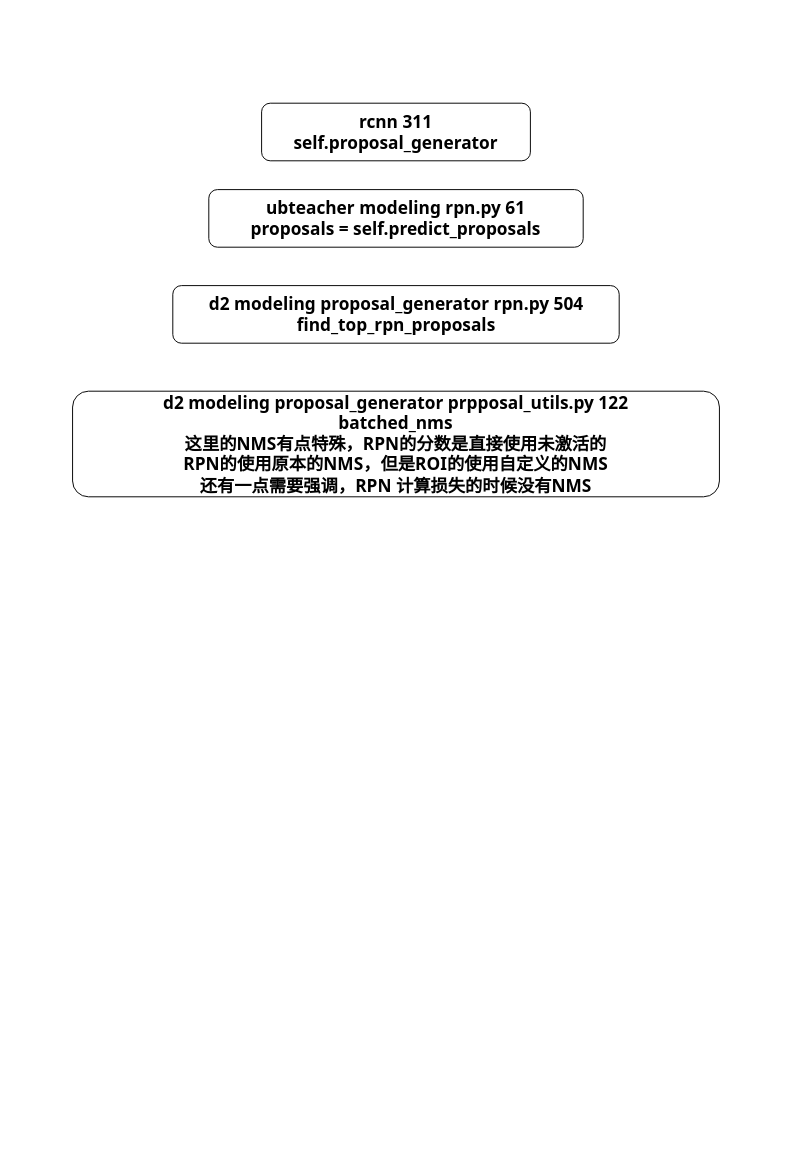
Above: NMS的使用.drawio in Pandaxia8/Test (draw.io), before the change. Source tidied: cells renumbered, new cells numbered last; positions are measured from the earlier drawing's top-left corner, leaving out a move shared by most shapes. Both pictures are drawn from the tidied source at 96%, with x=0, y=0 at pixel (72, 103).
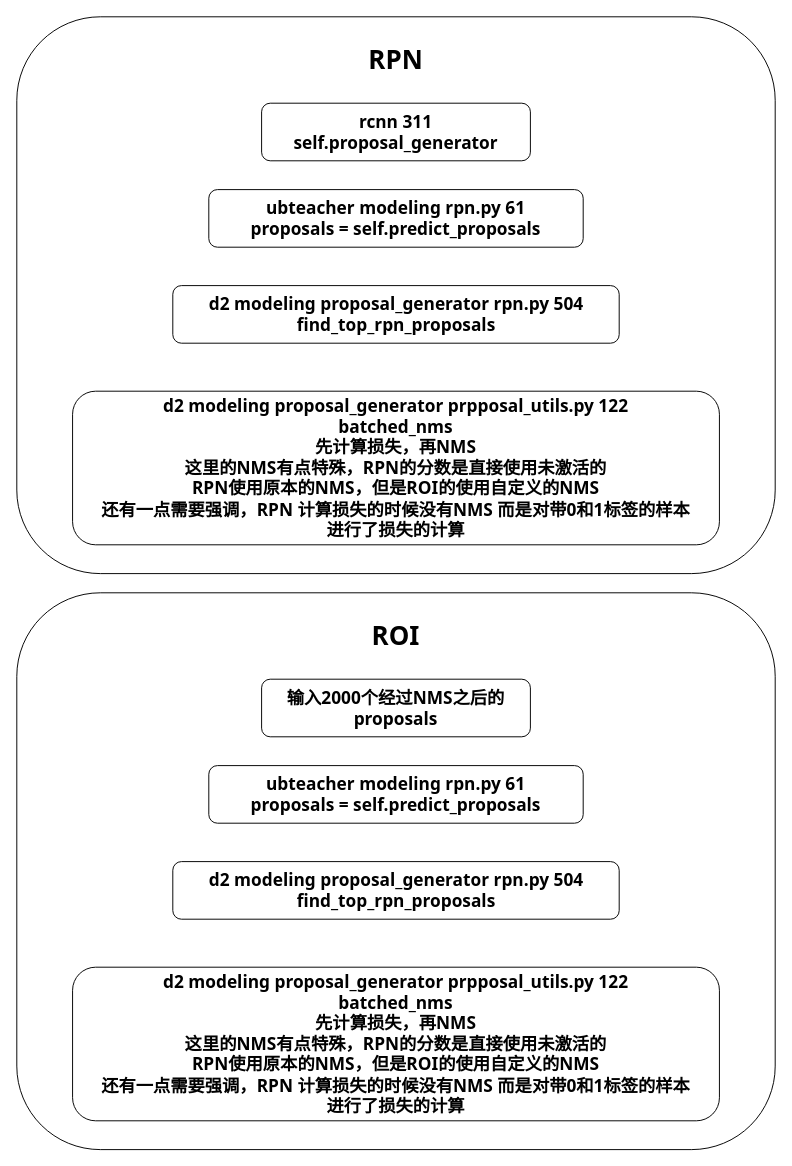
The same diagram, later.

Commit message:
更新NMS的使用.drawio

Change to the diagram source:
```diff
@@
 <mxGraphModel>
   <root>
     <mxCell id="0" />
     <mxCell id="1" parent="0" />
+    <mxCell id="6" style="rounded=1;whiteSpace=wrap;html=1;fontFamily=Tahoma;fontSize=18;" parent="1" vertex="1">
+      <mxGeometry x="-58" y="-90" width="790" height="580" as="geometry" />
+    </mxCell>
     <mxCell id="2" value="&lt;font style=&quot;font-size: 18px;&quot;&gt;rcnn 311&lt;br&gt;self.proposal_generator&lt;/font&gt;" style="rounded=1;whiteSpace=wrap;html=1;fontFamily=Tahoma;fontStyle=1;" parent="1" vertex="1">
       <mxGeometry x="197" width="280" height="60" as="geometry" />
     </mxCell>
     <mxCell id="3" value="&lt;font style=&quot;font-size: 18px;&quot;&gt;ubteacher modeling rpn.py 61&lt;br&gt;proposals = self.predict_proposals&lt;/font&gt;" style="rounded=1;whiteSpace=wrap;html=1;fontFamily=Tahoma;fontStyle=1;" parent="1" vertex="1">
       <mxGeometry x="142" y="90" width="390" height="60" as="geometry" />
     </mxCell>
     <mxCell id="4" value="&lt;font style=&quot;font-size: 18px;&quot;&gt;d2 modeling proposal_generator rpn.py 504&lt;br&gt;find_top_rpn_proposals&lt;/font&gt;" style="rounded=1;whiteSpace=wrap;html=1;fontFamily=Tahoma;fontStyle=1;" parent="1" vertex="1">
       <mxGeometry x="104.5" y="190" width="465" height="60" as="geometry" />
     </mxCell>
-    <mxCell id="5" value="&lt;font style=&quot;font-size: 18px;&quot;&gt;d2 modeling proposal_generator prpposal_utils.py 122&lt;br&gt;batched_nms&lt;br&gt;这里的NMS有点特殊，RPN的分数是直接使用未激活的&lt;br&gt;RPN的使用原本的NMS，但是ROI的使用自定义的NMS&lt;br&gt;还有一点需要强调，RPN 计算损失的时候没有NMS&lt;br&gt;&lt;/font&gt;" style="rounded=1;whiteSpace=wrap;html=1;fontFamily=Tahoma;fontStyle=1;" parent="1" vertex="1">
-      <mxGeometry x="0.1" y="300" width="673.8" height="110" as="geometry" />
+    <mxCell id="5" value="&lt;font style=&quot;font-size: 18px;&quot;&gt;d2 modeling proposal_generator prpposal_utils.py 122&lt;br&gt;batched_nms&lt;br&gt;先计算损失，再NMS&lt;br&gt;这里的NMS有点特殊，RPN的分数是直接使用未激活的&lt;br&gt;RPN使用原本的NMS，但是ROI的使用自定义的NMS&lt;br&gt;还有一点需要强调，RPN 计算损失的时候没有NMS 而是对带0和1标签的样本&lt;br&gt;进行了损失的计算&lt;br&gt;&lt;/font&gt;" style="rounded=1;whiteSpace=wrap;html=1;fontFamily=Tahoma;fontStyle=1;" parent="1" vertex="1">
+      <mxGeometry x="0.1" y="300" width="673.8" height="160" as="geometry" />
     </mxCell>
+    <mxCell id="7" value="RPN" style="text;html=1;strokeColor=none;fillColor=none;align=center;verticalAlign=middle;whiteSpace=wrap;rounded=0;fontFamily=Tahoma;fontSize=27;fontStyle=1;" parent="1" vertex="1">
+      <mxGeometry x="307" y="-60" width="60" height="30" as="geometry" />
+    </mxCell>
+    <mxCell id="8" style="rounded=1;whiteSpace=wrap;html=1;fontFamily=Tahoma;fontSize=18;" parent="1" vertex="1">
+      <mxGeometry x="-58" y="510" width="790" height="580" as="geometry" />
+    </mxCell>
+    <mxCell id="9" value="&lt;span style=&quot;font-size: 18px;&quot;&gt;输入2000个经过NMS之后的proposals&lt;/span&gt;" style="rounded=1;whiteSpace=wrap;html=1;fontFamily=Tahoma;fontStyle=1;" parent="1" vertex="1">
+      <mxGeometry x="197" y="600" width="280" height="60" as="geometry" />
+    </mxCell>
+    <mxCell id="10" value="&lt;font style=&quot;font-size: 18px;&quot;&gt;ubteacher modeling rpn.py 61&lt;br&gt;proposals = self.predict_proposals&lt;/font&gt;" style="rounded=1;whiteSpace=wrap;html=1;fontFamily=Tahoma;fontStyle=1;" parent="1" vertex="1">
+      <mxGeometry x="142" y="690" width="390" height="60" as="geometry" />
+    </mxCell>
+    <mxCell id="11" value="&lt;font style=&quot;font-size: 18px;&quot;&gt;d2 modeling proposal_generator rpn.py 504&lt;br&gt;find_top_rpn_proposals&lt;/font&gt;" style="rounded=1;whiteSpace=wrap;html=1;fontFamily=Tahoma;fontStyle=1;" parent="1" vertex="1">
+      <mxGeometry x="104.5" y="790" width="465" height="60" as="geometry" />
+    </mxCell>
+    <mxCell id="12" value="&lt;font style=&quot;font-size: 18px;&quot;&gt;d2 modeling proposal_generator prpposal_utils.py 122&lt;br&gt;batched_nms&lt;br&gt;先计算损失，再NMS&lt;br&gt;这里的NMS有点特殊，RPN的分数是直接使用未激活的&lt;br&gt;RPN使用原本的NMS，但是ROI的使用自定义的NMS&lt;br&gt;还有一点需要强调，RPN 计算损失的时候没有NMS 而是对带0和1标签的样本&lt;br&gt;进行了损失的计算&lt;br&gt;&lt;/font&gt;" style="rounded=1;whiteSpace=wrap;html=1;fontFamily=Tahoma;fontStyle=1;" parent="1" vertex="1">
+      <mxGeometry x="0.1" y="900" width="673.8" height="160" as="geometry" />
+    </mxCell>
+    <mxCell id="13" value="ROI" style="text;html=1;strokeColor=none;fillColor=none;align=center;verticalAlign=middle;whiteSpace=wrap;rounded=0;fontFamily=Tahoma;fontSize=27;fontStyle=1;" parent="1" vertex="1">
+      <mxGeometry x="307" y="540" width="60" height="30" as="geometry" />
+    </mxCell>
   </root>
 </mxGraphModel>
```
